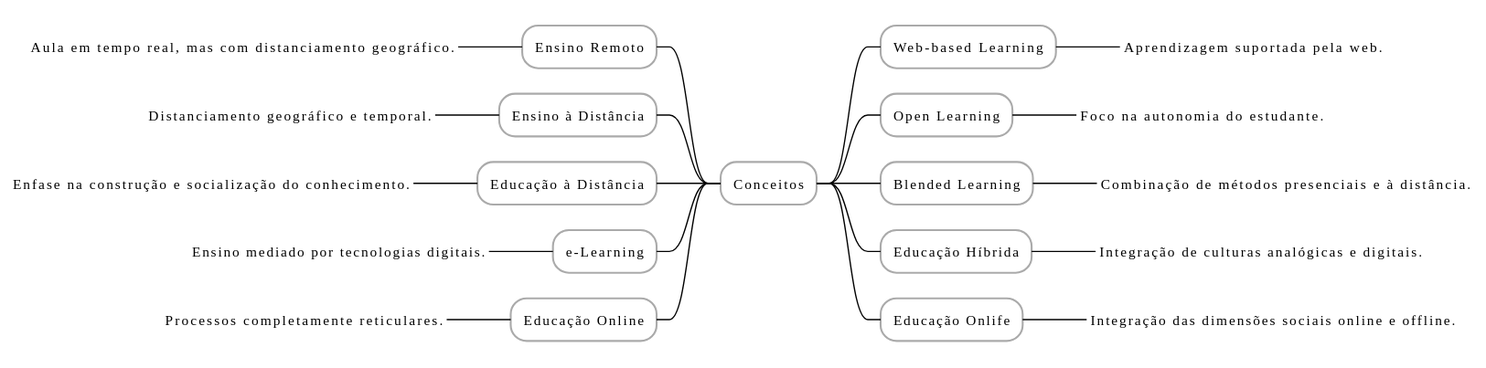
This is 01_sociedade_em_rede_e_educacao_digital/figures/01_03_o_paradigma_da_educomunicacao_conceitos.svg from amgs/pged, a PlantUML export, as it was before one commit. Source of this version:
```plantuml
@startmindmap 01_03_o_paradigma_da_educomunicacao_conceitos
!define LIGHTBLUE
!includeurl https://gist.githubusercontent.com/amgs/de57560012a8a5f0e4240f392b678a40/raw/c903c6b4f16b60b5eef3248f093497faae378f51/style.puml

* Conceitos

left side

** Ensino Remoto
***_ Aula em tempo real, mas com distanciamento geográfico.
** Ensino à Distância
***_ Distanciamento geográfico e temporal.
** Educação à Distância
***_ Enfase na construção e socialização do conhecimento.
** e-Learning
***_ Ensino mediado por tecnologias digitais.
** Educação Online
***_ Processos completamente reticulares.
right side
** Web-based Learning
***_ Aprendizagem suportada pela web.
** Open Learning
***_ Foco na autonomia do estudante.
** Blended Learning
***_ Combinação de métodos presenciais e à distância.
** Educação Híbrida
***_ Integração de culturas analógicas e digitais.
** Educação Onlife
***_ Integração das dimensões sociais online e offline.

@endmindmap
```
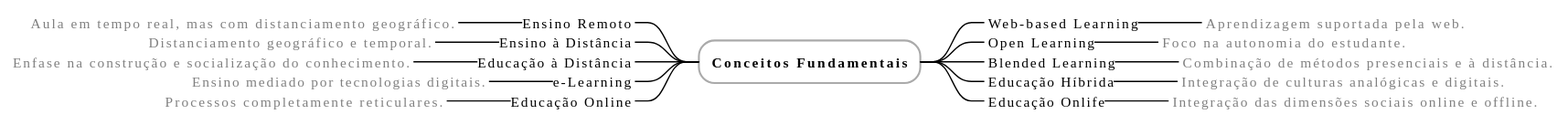
Later version of the same file.

Change to the diagram source:
```diff
@@ -2,30 +2,30 @@
 !define LIGHTBLUE
 !includeurl https://gist.githubusercontent.com/amgs/de57560012a8a5f0e4240f392b678a40/raw/c903c6b4f16b60b5eef3248f093497faae378f51/style.puml
 
-* Conceitos
+* **Conceitos Fundamentais**
 
 left side
 
-** Ensino Remoto
-***_ Aula em tempo real, mas com distanciamento geográfico.
-** Ensino à Distância
-***_ Distanciamento geográfico e temporal.
-** Educação à Distância
-***_ Enfase na construção e socialização do conhecimento.
-** e-Learning
-***_ Ensino mediado por tecnologias digitais.
-** Educação Online
-***_ Processos completamente reticulares.
+**_ Ensino Remoto
+***_ <color:grey>Aula em tempo real, mas com distanciamento geográfico.
+**_ Ensino à Distância
+***_ <color:grey>Distanciamento geográfico e temporal.
+**_ Educação à Distância
+***_ <color:grey>Enfase na construção e socialização do conhecimento.
+**_ e-Learning
+***_ <color:grey>Ensino mediado por tecnologias digitais.
+**_ Educação Online
+***_ <color:grey>Processos completamente reticulares.
 right side
-** Web-based Learning
-***_ Aprendizagem suportada pela web.
-** Open Learning
-***_ Foco na autonomia do estudante.
-** Blended Learning
-***_ Combinação de métodos presenciais e à distância.
-** Educação Híbrida
-***_ Integração de culturas analógicas e digitais.
-** Educação Onlife
-***_ Integração das dimensões sociais online e offline.
+**_ Web-based Learning
+***_ <color:grey>Aprendizagem suportada pela web.
+**_ Open Learning
+***_ <color:grey>Foco na autonomia do estudante.
+**_ Blended Learning
+***_ <color:grey>Combinação de métodos presenciais e à distância.
+**_ Educação Híbrida
+***_ <color:grey>Integração de culturas analógicas e digitais.
+**_ Educação Onlife
+***_ <color:grey>Integração das dimensões sociais online e offline.
 
 @endmindmap
```
